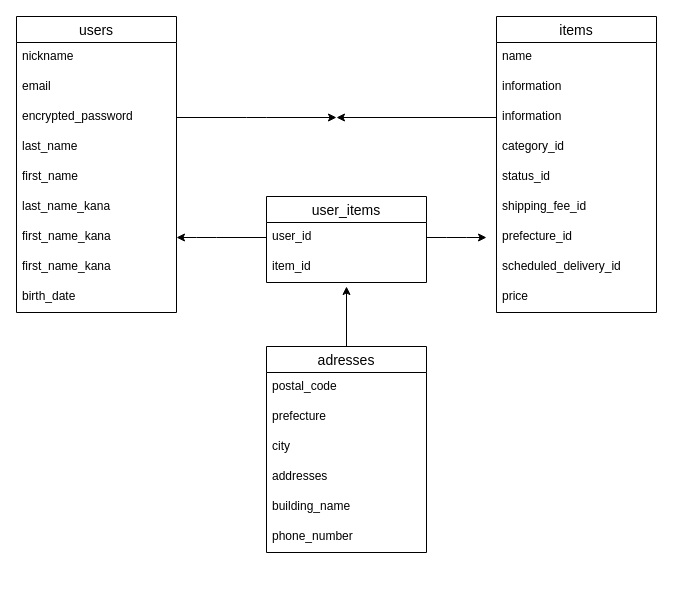
Earlier version of the draw.io diagram test.dio (nya-suke/furima-30693). Source tidied: cells renumbered, new cells numbered last; positions are measured from the earlier drawing's top-left corner, leaving out a move shared by most shapes. Both pictures are drawn from the tidied source at 100%, with x=0, y=0 at pixel (16, 16).
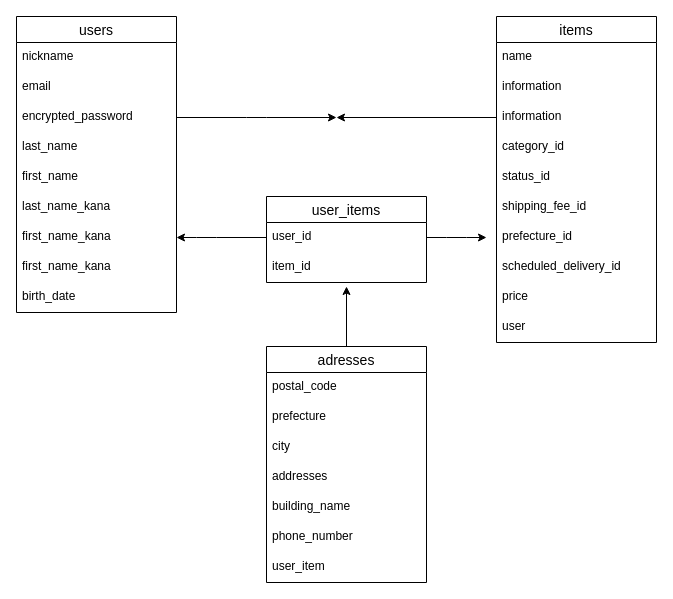
The same page after the edit.

Commit message (it also covers changes not shown here):
データベース設計訂正3回目

Diff of the diagram source:
```diff
@@
     <mxCell id="12" value="items" style="swimlane;fontStyle=0;horizontal=1;startSize=26;align=center;fontSize=14;" parent="1" vertex="1">
-      <mxGeometry x="480" width="160" height="296" as="geometry" />
+      <mxGeometry x="480" width="160" height="326" as="geometry" />
     </mxCell>
@@
+    <mxCell id="37" value="user" style="text;strokeColor=none;fillColor=none;spacingLeft=4;spacingRight=4;overflow=hidden;fontSize=12;" parent="12" vertex="1">
+      <mxGeometry y="296" width="160" height="30" as="geometry" />
+    </mxCell>
@@
     <mxCell id="23" value="adresses" style="swimlane;fontStyle=0;horizontal=1;startSize=26;align=center;fontSize=14;" parent="1" vertex="1">
-      <mxGeometry x="250" y="330" width="160" height="206" as="geometry" />
+      <mxGeometry x="250" y="330" width="160" height="236" as="geometry" />
     </mxCell>
@@
+    <mxCell id="38" value="user_item" style="text;strokeColor=none;fillColor=none;spacingLeft=4;spacingRight=4;overflow=hidden;fontSize=12;" parent="23" vertex="1">
+      <mxGeometry y="206" width="160" height="30" as="geometry" />
+    </mxCell>
```
